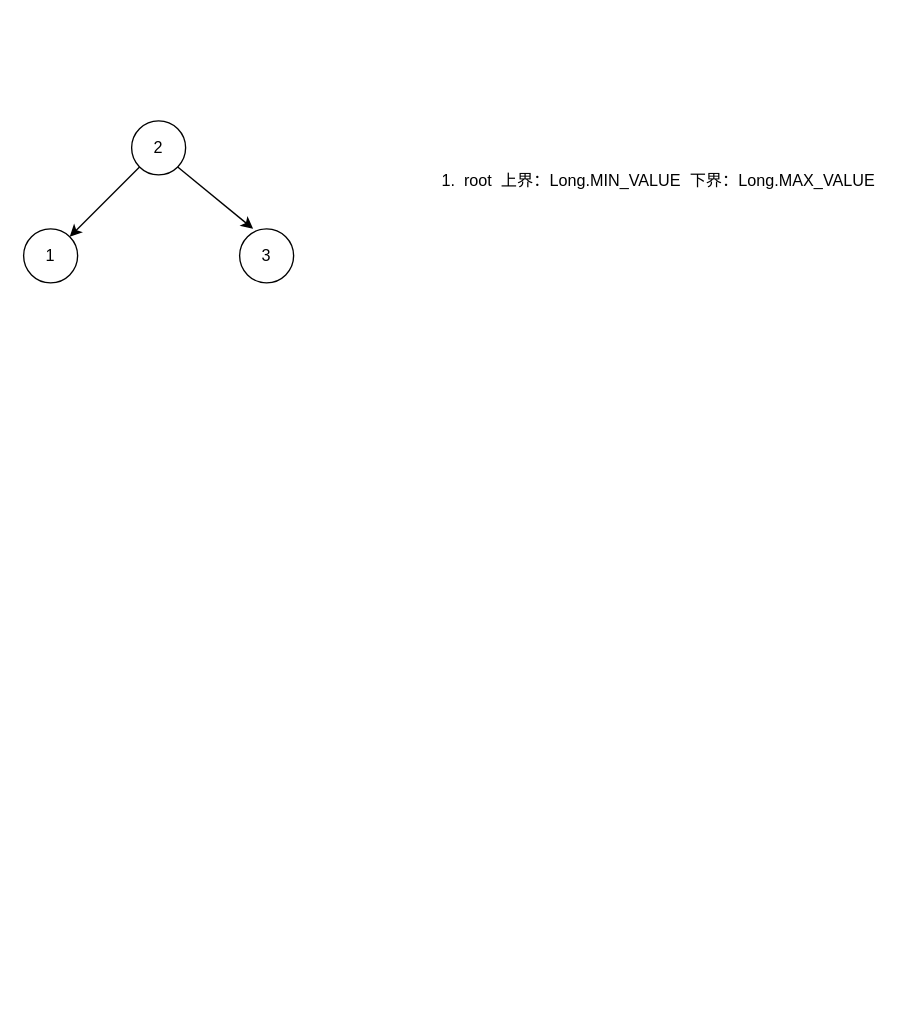
Above: 验证平衡二叉树.drawio in xiaoguzuiniu/drawio (draw.io), before the change. Source tidied: cells renumbered, new cells numbered last; positions are measured from the earlier drawing's top-left corner, leaving out a move shared by most shapes. Both pictures are drawn from the tidied source at 135%, with x=0, y=0 at pixel (23, 120).
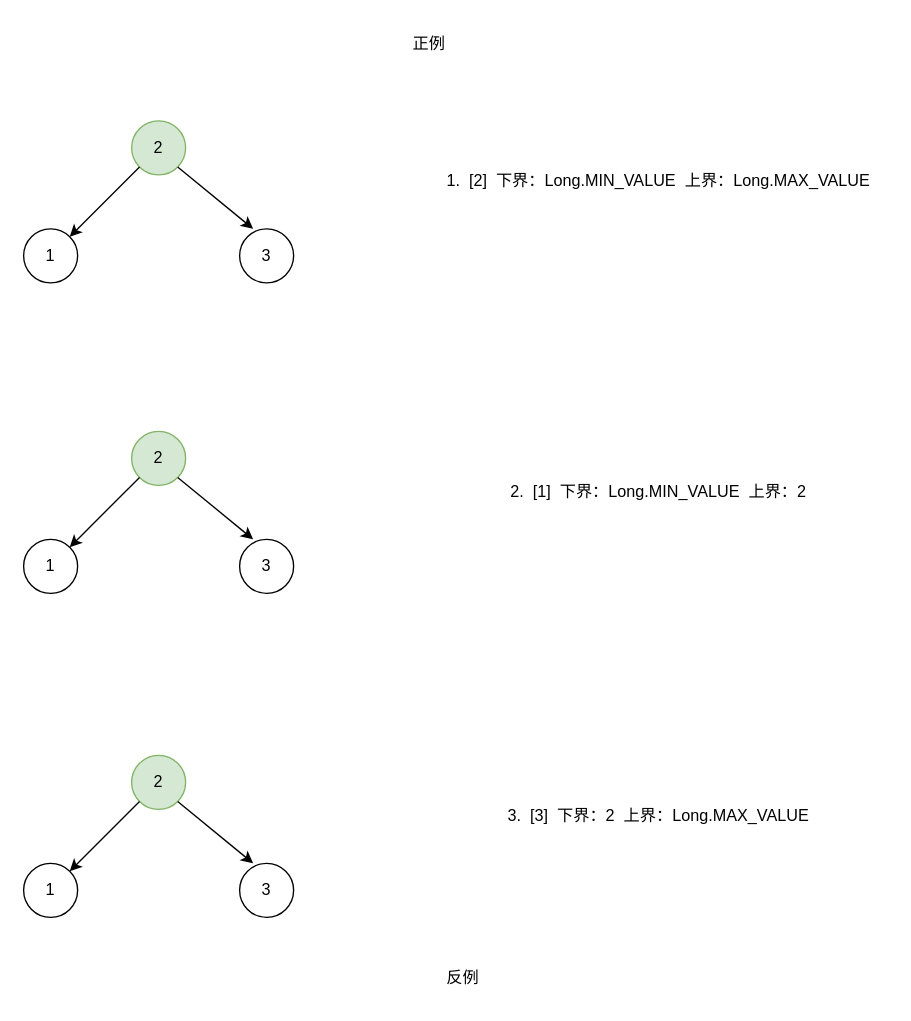
After the change.

Commit message (it also covers changes not shown here):
更新验证平衡二叉树.drawio

The edit, as a diff of the source:
```diff
@@
-    <mxCell id="2" value="2" style="ellipse;whiteSpace=wrap;html=1;" parent="1" vertex="1">
+    <mxCell id="2" value="2" style="ellipse;whiteSpace=wrap;html=1;fillColor=#d5e8d4;strokeColor=#82b366;" parent="1" vertex="1">
       <mxGeometry x="80" width="40" height="40" as="geometry" />
     </mxCell>
@@
-    <mxCell id="7" value="1.&amp;nbsp; root&amp;nbsp; 上界：Long.MIN_VALUE&amp;nbsp; 下界：Long.MAX_VALUE" style="text;html=1;align=center;verticalAlign=middle;strokeColor=none;fillColor=none;" parent="1" vertex="1">
+    <mxCell id="7" value="1.&amp;nbsp; [2]&amp;nbsp; 下界：Long.MIN_VALUE&amp;nbsp; 上界：Long.MAX_VALUE" style="text;html=1;align=center;verticalAlign=middle;strokeColor=none;fillColor=none;" parent="1" vertex="1">
       <mxGeometry x="300" y="30" width="340" height="30" as="geometry" />
     </mxCell>
+    <mxCell id="8" value="2" style="ellipse;whiteSpace=wrap;html=1;fillColor=#d5e8d4;strokeColor=#82b366;" parent="1" vertex="1">
+      <mxGeometry x="80" y="230" width="40" height="40" as="geometry" />
+    </mxCell>
+    <mxCell id="9" value="1" style="ellipse;whiteSpace=wrap;html=1;" parent="1" vertex="1">
+      <mxGeometry y="310" width="40" height="40" as="geometry" />
+    </mxCell>
+    <mxCell id="10" value="3" style="ellipse;whiteSpace=wrap;html=1;" parent="1" vertex="1">
+      <mxGeometry x="160" y="310" width="40" height="40" as="geometry" />
+    </mxCell>
+    <mxCell id="11" style="endArrow=classic;html=1;rounded=0;" parent="1" edge="1" source="8" target="9">
+      <mxGeometry relative="1" as="geometry" />
+    </mxCell>
+    <mxCell id="12" style="endArrow=classic;html=1;rounded=0;entryX=0.25;entryY=0;entryDx=0;entryDy=0;entryPerimeter=0;exitX=1;exitY=1;exitDx=0;exitDy=0;" parent="1" edge="1" source="8" target="10">
+      <mxGeometry relative="1" as="geometry" />
+    </mxCell>
+    <mxCell id="13" value="2.&amp;nbsp; [1]&amp;nbsp; 下界：Long.MIN_VALUE&amp;nbsp; 上界：2" style="text;html=1;align=center;verticalAlign=middle;strokeColor=none;fillColor=none;" parent="1" vertex="1">
+      <mxGeometry x="350" y="260" width="240" height="30" as="geometry" />
+    </mxCell>
+    <mxCell id="14" value="2" style="ellipse;whiteSpace=wrap;html=1;fillColor=#d5e8d4;strokeColor=#82b366;" parent="1" vertex="1">
+      <mxGeometry x="80" y="470" width="40" height="40" as="geometry" />
+    </mxCell>
+    <mxCell id="15" value="1" style="ellipse;whiteSpace=wrap;html=1;" parent="1" vertex="1">
+      <mxGeometry y="550" width="40" height="40" as="geometry" />
+    </mxCell>
+    <mxCell id="16" value="3" style="ellipse;whiteSpace=wrap;html=1;" parent="1" vertex="1">
+      <mxGeometry x="160" y="550" width="40" height="40" as="geometry" />
+    </mxCell>
+    <mxCell id="17" style="endArrow=classic;html=1;rounded=0;" parent="1" edge="1" source="14" target="15">
+      <mxGeometry relative="1" as="geometry" />
+    </mxCell>
+    <mxCell id="18" style="endArrow=classic;html=1;rounded=0;entryX=0.25;entryY=0;entryDx=0;entryDy=0;entryPerimeter=0;exitX=1;exitY=1;exitDx=0;exitDy=0;" parent="1" edge="1" source="14" target="16">
+      <mxGeometry relative="1" as="geometry" />
+    </mxCell>
+    <mxCell id="19" value="3.&amp;nbsp; [3]&amp;nbsp; 下界：2&amp;nbsp; 上界：Long.MAX_VALUE" style="text;html=1;align=center;verticalAlign=middle;strokeColor=none;fillColor=none;" parent="1" vertex="1">
+      <mxGeometry x="345" y="500" width="250" height="30" as="geometry" />
+    </mxCell>
+    <mxCell id="20" value="正例" style="text;html=1;align=center;verticalAlign=middle;strokeColor=none;fillColor=none;" parent="1" vertex="1">
+      <mxGeometry x="275" y="-72" width="50" height="30" as="geometry" />
+    </mxCell>
+    <mxCell id="21" value="反例" style="text;html=1;align=center;verticalAlign=middle;strokeColor=none;fillColor=none;" parent="1" vertex="1">
+      <mxGeometry x="300" y="620" width="50" height="30" as="geometry" />
+    </mxCell>
```
